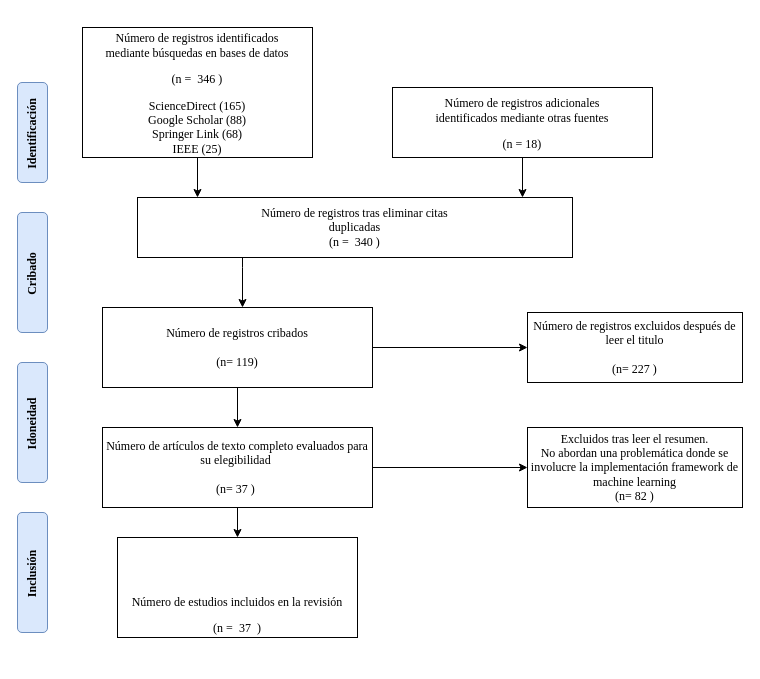
Above: PrismaFramework.drawio in harlock/Diagramas (draw.io), before the change. Source tidied: cells renumbered, new cells numbered last; positions are measured from the earlier drawing's top-left corner, leaving out a move shared by most shapes. Both pictures are drawn from the tidied source at 100%, with x=0, y=0 at pixel (-28, 27).
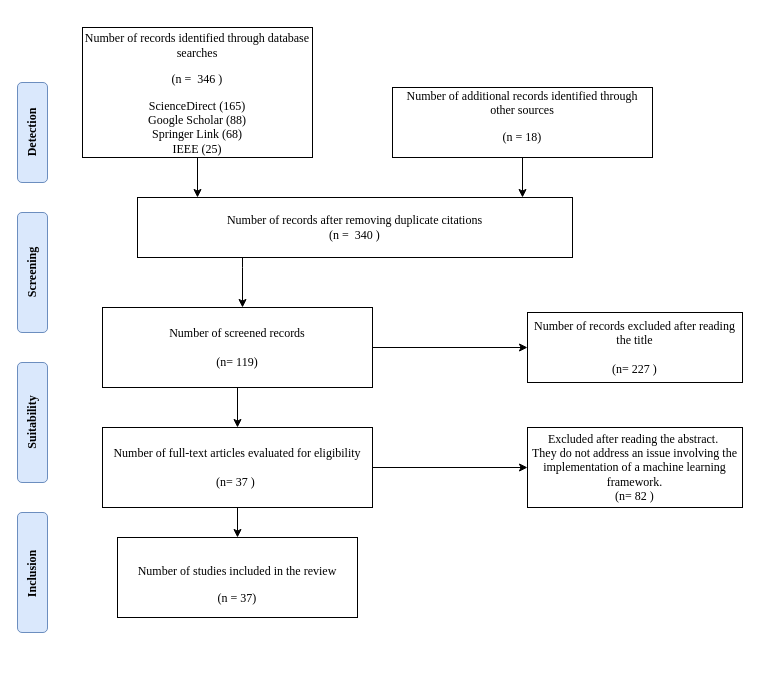
After the change.

What changed in the source:
```diff
@@
-    <mxCell id="3" value="&lt;br style=&quot;font-size: 12px;&quot;&gt;Número de registros identificados&lt;br style=&quot;font-size: 12px;&quot;&gt;mediante búsquedas en bases de datos&lt;br style=&quot;font-size: 12px;&quot;&gt;&lt;p class=&quot;MsoNormal&quot; style=&quot;font-size: 12px;&quot; align=&quot;center&quot;&gt;&lt;span style=&quot;font-size: 12px;&quot; lang=&quot;ES&quot;&gt;(n =&amp;nbsp; 346 )&lt;/span&gt;&lt;/p&gt;&lt;p class=&quot;MsoNormal&quot; style=&quot;font-size: 12px;&quot; align=&quot;center&quot;&gt;&lt;span style=&quot;font-size: 12px;&quot; lang=&quot;ES&quot;&gt;ScienceDirect (165)&lt;br style=&quot;font-size: 12px;&quot;&gt;Google Scholar (88)&lt;br style=&quot;font-size: 12px;&quot;&gt;Springer Link (68)&lt;br style=&quot;font-size: 12px;&quot;&gt;IEEE (25)&lt;br style=&quot;font-size: 12px;&quot;&gt;&lt;/span&gt;&lt;/p&gt;" style="rounded=0;whiteSpace=wrap;html=1;fontFamily=Times New Roman;fontSize=12;" parent="1" vertex="1">
+    <mxCell id="3" value="&lt;br style=&quot;font-size: 12px;&quot;&gt;Number of records identified through database searches&lt;p class=&quot;MsoNormal&quot; style=&quot;font-size: 12px;&quot; align=&quot;center&quot;&gt;&lt;span style=&quot;font-size: 12px;&quot; lang=&quot;ES&quot;&gt;(n =&amp;nbsp; 346 )&lt;/span&gt;&lt;/p&gt;&lt;p class=&quot;MsoNormal&quot; style=&quot;font-size: 12px;&quot; align=&quot;center&quot;&gt;&lt;span style=&quot;font-size: 12px;&quot; lang=&quot;ES&quot;&gt;ScienceDirect (165)&lt;br style=&quot;font-size: 12px;&quot;&gt;Google Scholar (88)&lt;br style=&quot;font-size: 12px;&quot;&gt;Springer Link (68)&lt;br style=&quot;font-size: 12px;&quot;&gt;IEEE (25)&lt;br style=&quot;font-size: 12px;&quot;&gt;&lt;/span&gt;&lt;/p&gt;" style="rounded=0;whiteSpace=wrap;html=1;fontFamily=Times New Roman;fontSize=12;" parent="1" vertex="1">
       <mxGeometry x="110" width="230" height="130" as="geometry" />
     </mxCell>
@@
-    <mxCell id="5" value="&lt;div style=&quot;font-size: 12px;&quot;&gt;&lt;span style=&quot;background-color: initial; font-size: 12px;&quot;&gt;Número de registros tras eliminar citas&lt;/span&gt;&lt;/div&gt;duplicadas&lt;br style=&quot;font-size: 12px;&quot;&gt;&lt;span style=&quot;font-size: 12px; background-color: initial;&quot;&gt;(n =&amp;nbsp; 340 )&lt;/span&gt;" style="whiteSpace=wrap;html=1;rounded=0;align=center;fontFamily=Times New Roman;fontSize=12;" parent="1" vertex="1">
+    <mxCell id="5" value="Number of records after removing duplicate citations&lt;br style=&quot;font-size: 12px;&quot;&gt;(n =&amp;nbsp; 340 )" style="whiteSpace=wrap;html=1;rounded=0;align=center;fontFamily=Times New Roman;fontSize=12;" parent="1" vertex="1">
       <mxGeometry x="165" y="170" width="435" height="60" as="geometry" />
     </mxCell>
@@
-    <mxCell id="7" value="&lt;br style=&quot;font-size: 12px;&quot;&gt;Número de registros adicionales&lt;br style=&quot;font-size: 12px;&quot;&gt;identificados mediante otras fuentes&lt;p class=&quot;MsoNormal&quot; style=&quot;font-size: 12px;&quot; align=&quot;center&quot;&gt;&lt;span style=&quot;font-size: 12px;&quot; lang=&quot;ES&quot;&gt;(n = 18)&lt;/span&gt;&lt;/p&gt;" style="rounded=0;whiteSpace=wrap;html=1;fontFamily=Times New Roman;fontSize=12;" parent="1" vertex="1">
+    <mxCell id="7" value="Number of additional records identified through other sources&lt;p class=&quot;MsoNormal&quot; style=&quot;font-size: 12px;&quot; align=&quot;center&quot;&gt;&lt;span style=&quot;font-size: 12px;&quot; lang=&quot;ES&quot;&gt;(n = 18)&lt;/span&gt;&lt;/p&gt;" style="rounded=0;whiteSpace=wrap;html=1;fontFamily=Times New Roman;fontSize=12;" parent="1" vertex="1">
       <mxGeometry x="420" y="60" width="260" height="70" as="geometry" />
     </mxCell>
@@
-    <mxCell id="10" value="Número de registros cribados&lt;br style=&quot;font-size: 12px;&quot;&gt;&lt;br style=&quot;font-size: 12px;&quot;&gt;(n= 119)" style="whiteSpace=wrap;html=1;rounded=0;fontFamily=Times New Roman;fontSize=12;" parent="1" vertex="1">
+    <mxCell id="10" value="&lt;div&gt;Number of screened records&lt;/div&gt;&lt;br style=&quot;font-size: 12px;&quot;&gt;(n= 119)" style="whiteSpace=wrap;html=1;rounded=0;fontFamily=Times New Roman;fontSize=12;" parent="1" vertex="1">
       <mxGeometry x="130" y="280" width="270" height="80" as="geometry" />
     </mxCell>
@@
-    <mxCell id="13" value="Número de artículos de texto completo evaluados para su elegibilidad&amp;nbsp;&lt;br style=&quot;font-size: 12px;&quot;&gt;&lt;br style=&quot;font-size: 12px;&quot;&gt;(n= 37 )&amp;nbsp;" style="whiteSpace=wrap;html=1;rounded=0;fontFamily=Times New Roman;fontSize=12;" parent="1" vertex="1">
+    <mxCell id="13" value="&lt;div&gt;Number of full-text articles evaluated for eligibility&lt;/div&gt;&lt;div&gt;&lt;br&gt;&lt;/div&gt;(n= 37 )&amp;nbsp;" style="whiteSpace=wrap;html=1;rounded=0;fontFamily=Times New Roman;fontSize=12;" parent="1" vertex="1">
       <mxGeometry x="130" y="400" width="270" height="80" as="geometry" />
     </mxCell>
-    <mxCell id="14" value="&lt;br style=&quot;font-size: 12px;&quot;&gt;&lt;br style=&quot;font-size: 12px;&quot;&gt;&lt;br style=&quot;font-size: 12px;&quot;&gt;&lt;p style=&quot;text-align: center; font-size: 12px;&quot; class=&quot;MsoNormal&quot; align=&quot;center&quot;&gt;&lt;span style=&quot;font-size: 12px;&quot; lang=&quot;ES&quot;&gt;&lt;br style=&quot;font-size: 12px;&quot;&gt;&lt;/span&gt;&lt;/p&gt;&lt;p style=&quot;text-align: center; font-size: 12px;&quot; class=&quot;MsoNormal&quot; align=&quot;center&quot;&gt;&lt;span style=&quot;font-size: 12px; background-color: initial;&quot;&gt;Número de estudios incluidos en la revisión&lt;br style=&quot;font-size: 12px;&quot;&gt;&lt;/span&gt;&lt;/p&gt;&lt;p style=&quot;text-align: center; font-size: 12px;&quot; class=&quot;MsoNormal&quot; align=&quot;center&quot;&gt;&lt;span style=&quot;font-size: 12px;&quot; lang=&quot;ES&quot;&gt;(n =&lt;span style=&quot;font-size: 12px;&quot;&gt;&amp;nbsp; 37&amp;nbsp; &lt;/span&gt;)&lt;/span&gt;&lt;/p&gt;&lt;br style=&quot;font-size: 12px;&quot;&gt;" style="whiteSpace=wrap;html=1;rounded=0;fontFamily=Times New Roman;fontSize=12;" parent="1" vertex="1">
-      <mxGeometry x="145" y="510" width="240" height="100" as="geometry" />
+    <mxCell id="14" value="&lt;br style=&quot;font-size: 12px;&quot;&gt;&lt;div class=&quot;flex flex-grow flex-col gap-3&quot;&gt;&lt;div class=&quot;min-h-[20px] flex flex-col items-start gap-3 overflow-x-auto whitespace-pre-wrap break-words&quot;&gt;&lt;div class=&quot;markdown prose w-full break-words dark:prose-invert light&quot;&gt;&lt;p&gt;Number of studies included in the review&lt;/p&gt;&lt;/div&gt;&lt;/div&gt;&lt;/div&gt;&lt;p style=&quot;text-align: center; font-size: 12px;&quot; class=&quot;MsoNormal&quot; align=&quot;center&quot;&gt;&lt;/p&gt;&lt;p style=&quot;text-align: center; font-size: 12px;&quot; class=&quot;MsoNormal&quot; align=&quot;center&quot;&gt;(n = 37)&lt;span style=&quot;font-size: 12px;&quot; lang=&quot;ES&quot;&gt;&lt;/span&gt;&lt;/p&gt;" style="whiteSpace=wrap;html=1;rounded=0;fontFamily=Times New Roman;fontSize=12;" parent="1" vertex="1">
+      <mxGeometry x="145" y="510" width="240" height="80" as="geometry" />
     </mxCell>
-    <mxCell id="15" value="Número de registros excluidos después de leer el titulo &lt;br&gt;&lt;br&gt;(n= 227 )" style="whiteSpace=wrap;html=1;rounded=0;fontFamily=Times New Roman;" parent="1" vertex="1">
+    <mxCell id="15" value="&lt;div&gt;Number of records excluded after reading the title&lt;/div&gt;&lt;div&gt;&lt;br&gt;&lt;/div&gt;(n= 227 )" style="whiteSpace=wrap;html=1;rounded=0;fontFamily=Times New Roman;" parent="1" vertex="1">
       <mxGeometry x="555" y="285" width="215" height="70" as="geometry" />
     </mxCell>
-    <mxCell id="16" value="Excluidos tras leer el resumen.&lt;br&gt;No abordan una problemática donde se involucre la implementación framework de machine learning&lt;br&gt;(n= 82 )" style="whiteSpace=wrap;html=1;rounded=0;fontFamily=Times New Roman;" parent="1" vertex="1">
+    <mxCell id="16" value="&lt;div&gt;Excluded after reading the abstract.&amp;nbsp;&lt;/div&gt;&lt;div&gt;They do not address an issue involving the implementation of a machine learning framework.&lt;/div&gt;(n= 82 )" style="whiteSpace=wrap;html=1;rounded=0;fontFamily=Times New Roman;" parent="1" vertex="1">
       <mxGeometry x="555" y="400" width="215" height="80" as="geometry" />
     </mxCell>
-    <mxCell id="17" value="&lt;b style=&quot;font-size: 12px;&quot;&gt;Identificación&amp;nbsp;&lt;/b&gt;" style="rounded=1;whiteSpace=wrap;html=1;rotation=-90;fillColor=#dae8fc;strokeColor=#6c8ebf;fontFamily=Times New Roman;fontSize=12;" parent="1" vertex="1">
+    <mxCell id="17" value="&lt;b&gt;Detection&lt;/b&gt;" style="rounded=1;whiteSpace=wrap;html=1;rotation=-90;fillColor=#dae8fc;strokeColor=#6c8ebf;fontFamily=Times New Roman;fontSize=12;" parent="1" vertex="1">
       <mxGeometry x="10" y="90" width="100" height="30" as="geometry" />
     </mxCell>
-    <mxCell id="18" value="&lt;b style=&quot;font-size: 12px;&quot;&gt;Cribado&amp;nbsp;&lt;/b&gt;" style="rounded=1;whiteSpace=wrap;html=1;fillColor=#dae8fc;strokeColor=#6c8ebf;rotation=-90;fontFamily=Times New Roman;fontSize=12;" parent="1" vertex="1">
+    <mxCell id="18" value="&lt;b&gt;Screening&lt;/b&gt;" style="rounded=1;whiteSpace=wrap;html=1;fillColor=#dae8fc;strokeColor=#6c8ebf;rotation=-90;fontFamily=Times New Roman;fontSize=12;" parent="1" vertex="1">
       <mxGeometry y="230" width="120" height="30" as="geometry" />
     </mxCell>
-    <mxCell id="19" value="&lt;b style=&quot;font-size: 12px;&quot;&gt;Idoneidad&amp;nbsp;&lt;/b&gt;" style="rounded=1;whiteSpace=wrap;html=1;fillColor=#dae8fc;strokeColor=#6c8ebf;rotation=-90;fontFamily=Times New Roman;fontSize=12;" parent="1" vertex="1">
+    <mxCell id="19" value="&lt;div&gt;&lt;b&gt;Suitability&lt;/b&gt;&lt;/div&gt;" style="rounded=1;whiteSpace=wrap;html=1;fillColor=#dae8fc;strokeColor=#6c8ebf;rotation=-90;fontFamily=Times New Roman;fontSize=12;" parent="1" vertex="1">
       <mxGeometry y="380" width="120" height="30" as="geometry" />
     </mxCell>
-    <mxCell id="20" value="&lt;b style=&quot;font-size: 12px;&quot;&gt;Inclusión&amp;nbsp;&lt;/b&gt;" style="rounded=1;whiteSpace=wrap;html=1;fillColor=#dae8fc;strokeColor=#6c8ebf;rotation=-90;fontFamily=Times New Roman;fontSize=12;" parent="1" vertex="1">
+    <mxCell id="20" value="&lt;b style=&quot;font-size: 12px;&quot;&gt;Inclusion&amp;nbsp;&lt;/b&gt;" style="rounded=1;whiteSpace=wrap;html=1;fillColor=#dae8fc;strokeColor=#6c8ebf;rotation=-90;fontFamily=Times New Roman;fontSize=12;" parent="1" vertex="1">
       <mxGeometry y="530" width="120" height="30" as="geometry" />
     </mxCell>
```
